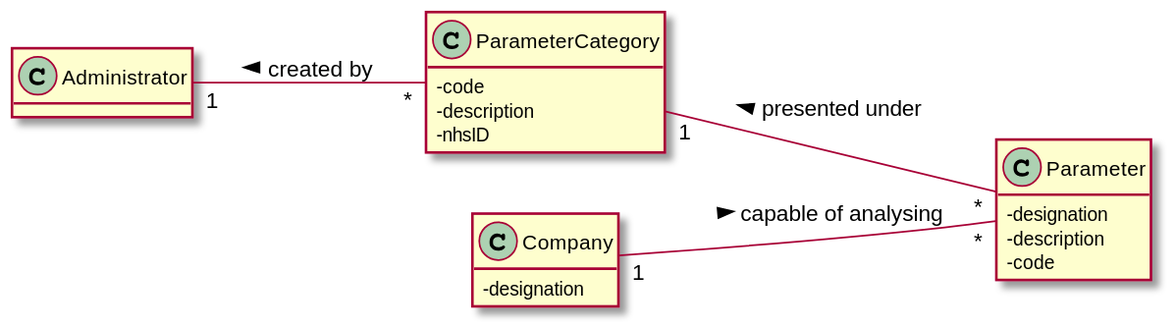
Above: docs/SprintB/US10/US10-MD.svg in 0franciscor/lei-21-s2-1de-g19 (PlantUML), before the change.
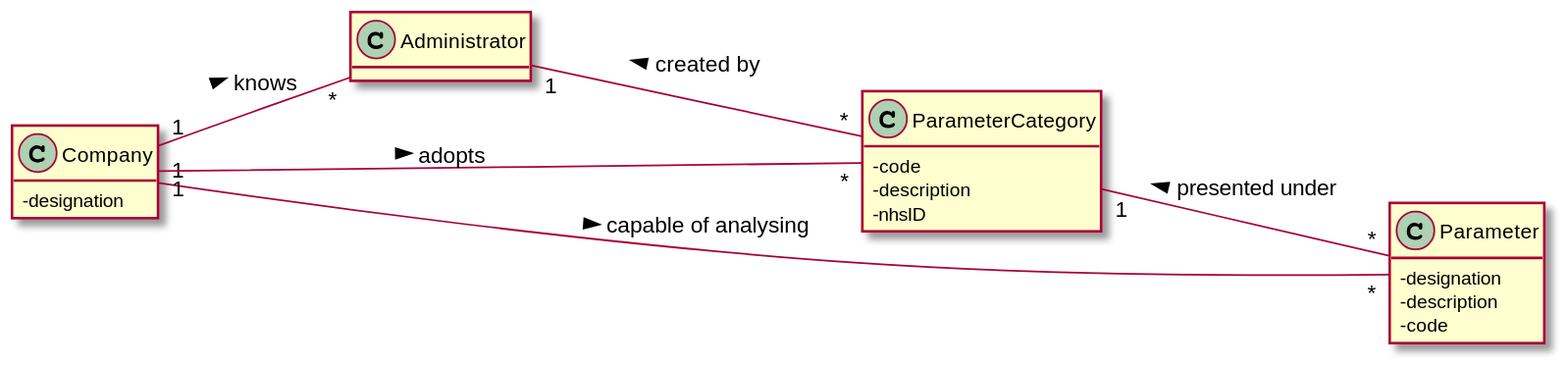
After the commit.

Commit message:
alterações no excerto do DM da US10

Change to the diagram source:
```diff
@@ -1,19 +1,24 @@
 @startuml
 hide methods
 left to right direction
+class Company
 class Administrator
 class ParameterCategory
 class Parameter
-class Company
 
+
+Company "1" -- "*" Parameter : > capable of analysing
+Company "1" -- "*" ParameterCategory : > adopts
+Company "1" -- "*" Administrator : > knows
+ParameterCategory "1" -- "*" Parameter : < presented under
 Administrator "1" -- "*" ParameterCategory : < created by
-ParameterCategory "1" -- "*" Parameter : < presented under
-Company "1" -- "*" Parameter : > capable of analysing
 
 skinparam classAttributeIconSize 0
+class Company{
+-designation
+}
 
-class Administrator{
-}
+
 
 class ParameterCategory{
 -code
@@ -27,8 +32,8 @@
 -code
 }
 
-class Company{
--designation
+class Administrator{
 }
 
+
 @enduml
```
